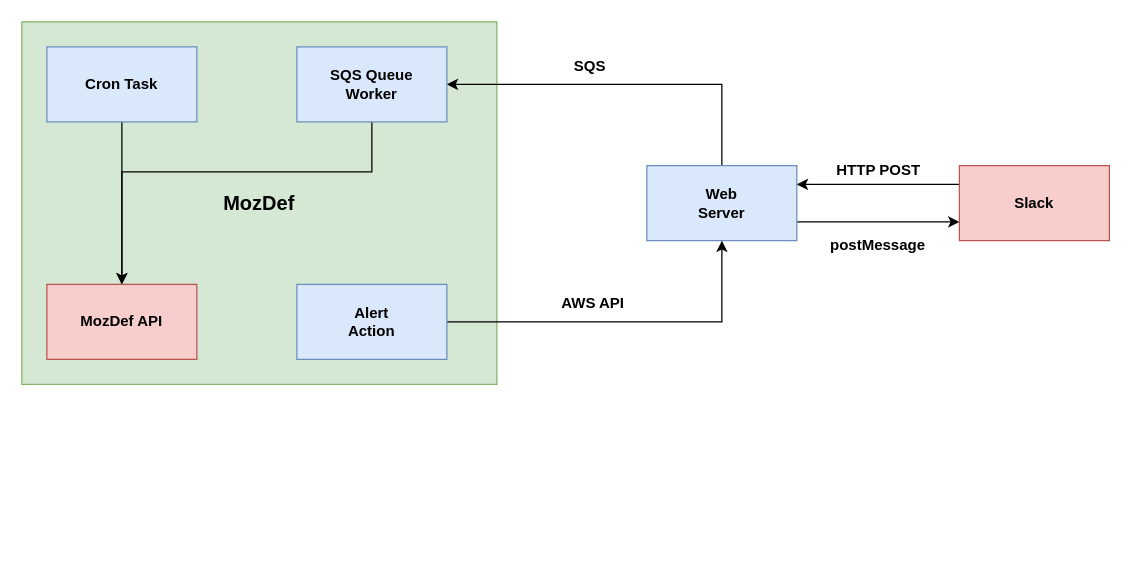
Before: docs/diagrams/bot_architecture_v0_2.drawio in mozilla/MozDef-Triage-Bot, a draw.io diagram. Source tidied: cells renumbered, new cells numbered last; positions are measured from the earlier drawing's top-left corner, leaving out a move shared by most shapes. Both pictures are drawn from the tidied source at 125%, with x=0, y=0 at pixel (21, 21).
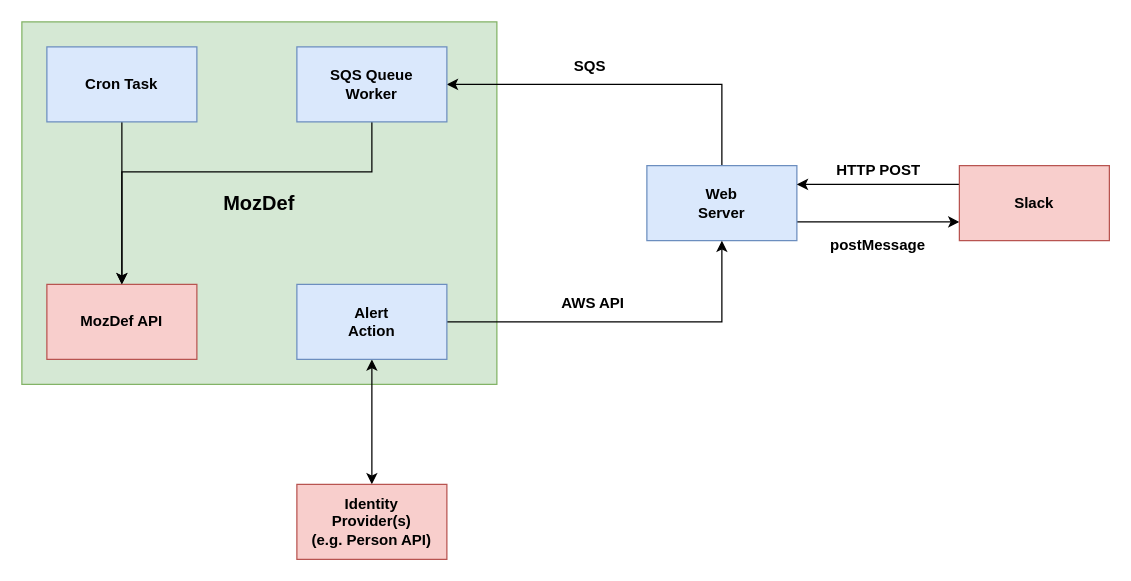
The same page after the edit.

Commit message (it also covers changes not shown here):
Add a reference to the identity providers (such as the Person API) to the architecture diagram

Unchanged cells that the change refers to:
```xml
<mxCell id="12" value="Alert&lt;br&gt;Action" style="rounded=0;whiteSpace=wrap;html=1;fillColor=#dae8fc;strokeColor=#6c8ebf;fontStyle=1;" parent="1" vertex="1">
  <mxGeometry x="220" y="210" width="120" height="60" as="geometry" />
</mxCell>
```

The edit, as a diff of the source:
```diff
@@
+    <mxCell id="20" style="edgeStyle=orthogonalEdgeStyle;rounded=0;jettySize=auto;html=1;exitX=0.5;exitY=1;exitDx=0;exitDy=0;entryX=0.5;entryY=0;entryDx=0;entryDy=0;startArrow=classic;startFill=1;" parent="1" edge="1" source="12" target="21">
+      <mxGeometry relative="1" as="geometry" />
+    </mxCell>
@@
+    <mxCell id="21" value="Identity&lt;br&gt;Provider(s)&lt;br&gt;(e.g. Person API)" style="rounded=0;whiteSpace=wrap;html=1;fillColor=#f8cecc;strokeColor=#b85450;fontStyle=1;" parent="1" vertex="1">
+      <mxGeometry x="220" y="370" width="120" height="60" as="geometry" />
+    </mxCell>
```
